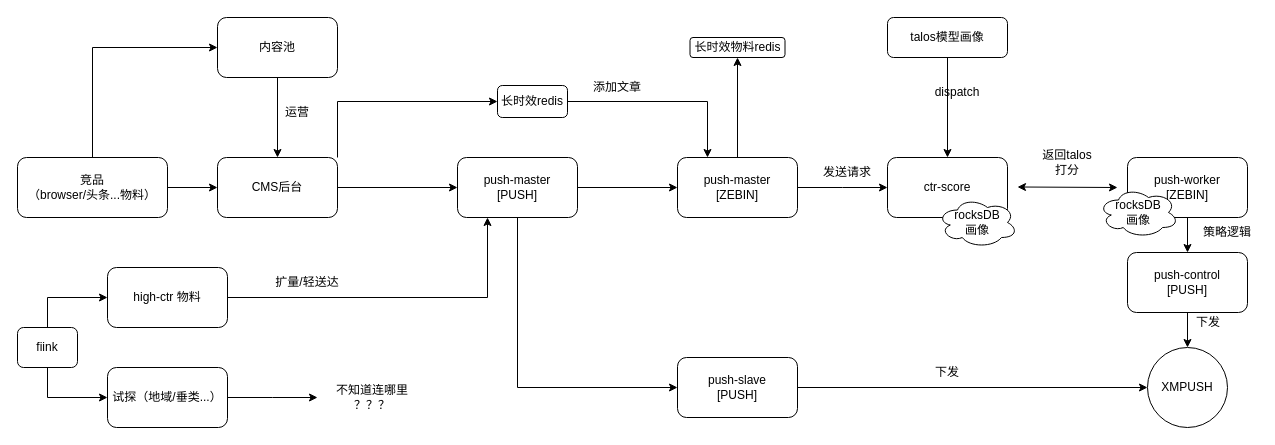
Earlier version of the draw.io diagram mivideo.drawio (chaleeluo/leetcode). Source tidied: cells renumbered, new cells numbered last; positions are measured from the earlier drawing's top-left corner, leaving out a move shared by most shapes. Both pictures are drawn from the tidied source at 100%, with x=0, y=0 at pixel (17, 17).
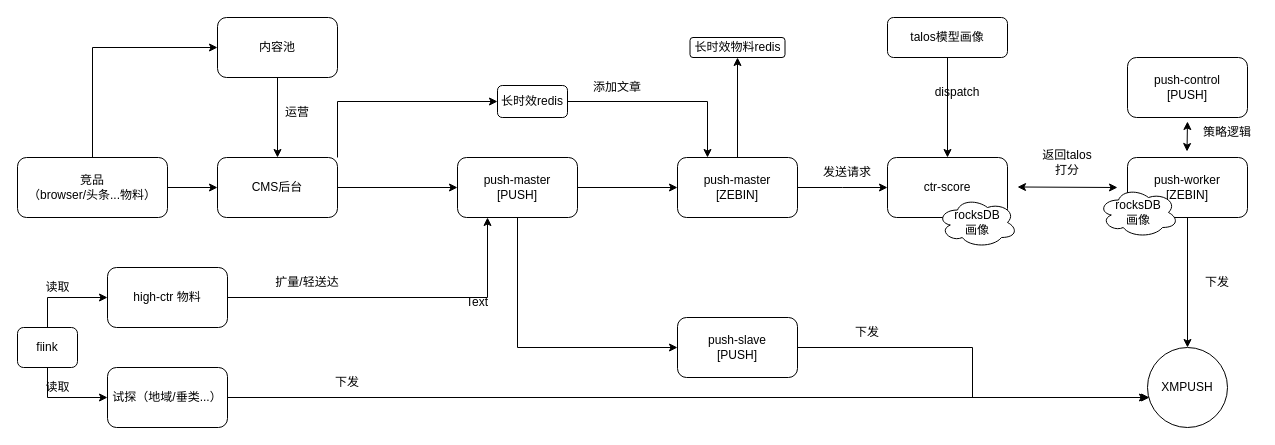
Above is the later version.

The change refers to these unchanged cells:
```xml
<mxCell id="32" value="试探（地域/垂类...）" style="rounded=1;whiteSpace=wrap;html=1;" parent="1" vertex="1">
  <mxGeometry x="90" y="350" width="120" height="60" as="geometry" />
</mxCell>
<mxCell id="38" value="&lt;span&gt;push-worker&lt;/span&gt;&lt;br&gt;&lt;span&gt;[ZEBIN]&lt;/span&gt;" style="rounded=1;whiteSpace=wrap;html=1;" parent="1" vertex="1">
  <mxGeometry x="1110" y="140" width="120" height="60" as="geometry" />
</mxCell>
<mxCell id="39" value="XMPUSH" style="ellipse;whiteSpace=wrap;html=1;" parent="1" vertex="1">
  <mxGeometry x="1130" y="330" width="80" height="80" as="geometry" />
</mxCell>
```

What changed in the source:
```diff
@@
-    <mxCell id="17" style="edgeStyle=orthogonalEdgeStyle;rounded=0;jettySize=auto;html=1;exitX=1;exitY=0.5;exitDx=0;exitDy=0;entryX=0;entryY=0.5;entryDx=0;entryDy=0;" parent="1" edge="1" source="18" target="39">
+    <mxCell id="17" style="edgeStyle=orthogonalEdgeStyle;rounded=0;jettySize=auto;html=1;exitX=1;exitY=0.5;exitDx=0;exitDy=0;entryX=0;entryY=0.625;entryDx=0;entryDy=0;entryPerimeter=0;" parent="1" edge="1" source="18" target="39">
       <mxGeometry relative="1" as="geometry" />
     </mxCell>
     <mxCell id="18" value="push-slave&lt;br&gt;[PUSH]" style="rounded=1;whiteSpace=wrap;html=1;" parent="1" vertex="1">
-      <mxGeometry x="660" y="340" width="120" height="60" as="geometry" />
+      <mxGeometry x="660" y="300" width="120" height="60" as="geometry" />
     </mxCell>
@@
-    <mxCell id="31" style="edgeStyle=orthogonalEdgeStyle;rounded=0;jettySize=auto;html=1;exitX=1;exitY=0.5;exitDx=0;exitDy=0;" parent="1" edge="1" source="32">
-      <mxGeometry relative="1" as="geometry">
-        <mxPoint x="300" y="380" as="targetPoint" />
-      </mxGeometry>
+    <mxCell id="31" style="edgeStyle=orthogonalEdgeStyle;rounded=0;jettySize=auto;html=1;exitX=1;exitY=0.5;exitDx=0;exitDy=0;entryX=0.025;entryY=0.625;entryDx=0;entryDy=0;entryPerimeter=0;" parent="1" edge="1" source="32" target="39">
+      <mxGeometry relative="1" as="geometry" />
     </mxCell>
@@
     <mxCell id="34" value="策略逻辑" style="text;html=1;strokeColor=none;fillColor=none;align=center;verticalAlign=middle;whiteSpace=wrap;rounded=0;" parent="1" vertex="1">
-      <mxGeometry x="1180" y="200" width="60" height="30" as="geometry" />
+      <mxGeometry x="1180" y="100" width="60" height="30" as="geometry" />
     </mxCell>
@@
-    <mxCell id="36" value="不知道连哪里&lt;br&gt;？？？" style="text;html=1;strokeColor=none;fillColor=none;align=center;verticalAlign=middle;whiteSpace=wrap;rounded=0;" parent="1" vertex="1">
-      <mxGeometry x="300" y="365" width="110" height="30" as="geometry" />
-    </mxCell>
-    <mxCell id="37" style="edgeStyle=orthogonalEdgeStyle;rounded=0;jettySize=auto;html=1;exitX=0.5;exitY=1;exitDx=0;exitDy=0;entryX=0.5;entryY=0;entryDx=0;entryDy=0;" parent="1" edge="1" source="38" target="41">
-      <mxGeometry relative="1" as="geometry" />
-    </mxCell>
+    <mxCell id="51" style="edgeStyle=orthogonalEdgeStyle;rounded=0;jettySize=auto;html=1;exitX=0.5;exitY=1;exitDx=0;exitDy=0;" parent="1" edge="1" source="38" target="39">
+      <mxGeometry relative="1" as="geometry" />
+    </mxCell>
@@
-    <mxCell id="40" style="edgeStyle=orthogonalEdgeStyle;rounded=0;jettySize=auto;html=1;exitX=0.5;exitY=1;exitDx=0;exitDy=0;" parent="1" edge="1" source="41" target="39">
-      <mxGeometry relative="1" as="geometry" />
-    </mxCell>
-    <mxCell id="41" value="push-control&lt;br&gt;[PUSH]" style="rounded=1;whiteSpace=wrap;html=1;" parent="1" vertex="1">
-      <mxGeometry x="1110" y="235" width="120" height="60" as="geometry" />
-    </mxCell>
@@
     <mxCell id="44" value="下发" style="text;html=1;strokeColor=none;fillColor=none;align=center;verticalAlign=middle;whiteSpace=wrap;rounded=0;" parent="1" vertex="1">
-      <mxGeometry x="900" y="340" width="60" height="30" as="geometry" />
+      <mxGeometry x="820" y="300" width="60" height="30" as="geometry" />
     </mxCell>
     <mxCell id="45" value="下发" style="text;html=1;strokeColor=none;fillColor=none;align=center;verticalAlign=middle;whiteSpace=wrap;rounded=0;" parent="1" vertex="1">
-      <mxGeometry x="1161" y="290" width="60" height="30" as="geometry" />
+      <mxGeometry x="1170" y="250" width="60" height="30" as="geometry" />
     </mxCell>
@@
+    <mxCell id="52" value="Text" style="text;html=1;strokeColor=none;fillColor=none;align=center;verticalAlign=middle;whiteSpace=wrap;rounded=0;" parent="1" vertex="1">
+      <mxGeometry x="430" y="270" width="60" height="30" as="geometry" />
+    </mxCell>
+    <mxCell id="53" value="读取" style="text;html=1;align=center;verticalAlign=middle;strokeColor=none;fillColor=none;" parent="1" vertex="1">
+      <mxGeometry x="20" y="360" width="40" height="20" as="geometry" />
+    </mxCell>
+    <mxCell id="54" value="读取" style="text;html=1;align=center;verticalAlign=middle;strokeColor=none;fillColor=none;" parent="1" vertex="1">
+      <mxGeometry x="20" y="260" width="40" height="20" as="geometry" />
+    </mxCell>
+    <mxCell id="41" value="push-control&lt;br&gt;[PUSH]" style="rounded=1;whiteSpace=wrap;html=1;" parent="1" vertex="1">
+      <mxGeometry x="1110" y="40" width="120" height="60" as="geometry" />
+    </mxCell>
+    <mxCell id="55" style="endArrow=classic;startArrow=classic;html=1;rounded=0;" parent="1" edge="1">
+      <mxGeometry relative="1" as="geometry">
+        <mxPoint x="1169.5" y="134" as="sourcePoint" />
+        <mxPoint x="1170" y="104" as="targetPoint" />
+      </mxGeometry>
+    </mxCell>
+    <mxCell id="56" value="下发" style="text;html=1;strokeColor=none;fillColor=none;align=center;verticalAlign=middle;whiteSpace=wrap;rounded=0;" parent="1" vertex="1">
+      <mxGeometry x="300" y="350" width="60" height="30" as="geometry" />
+    </mxCell>
```
